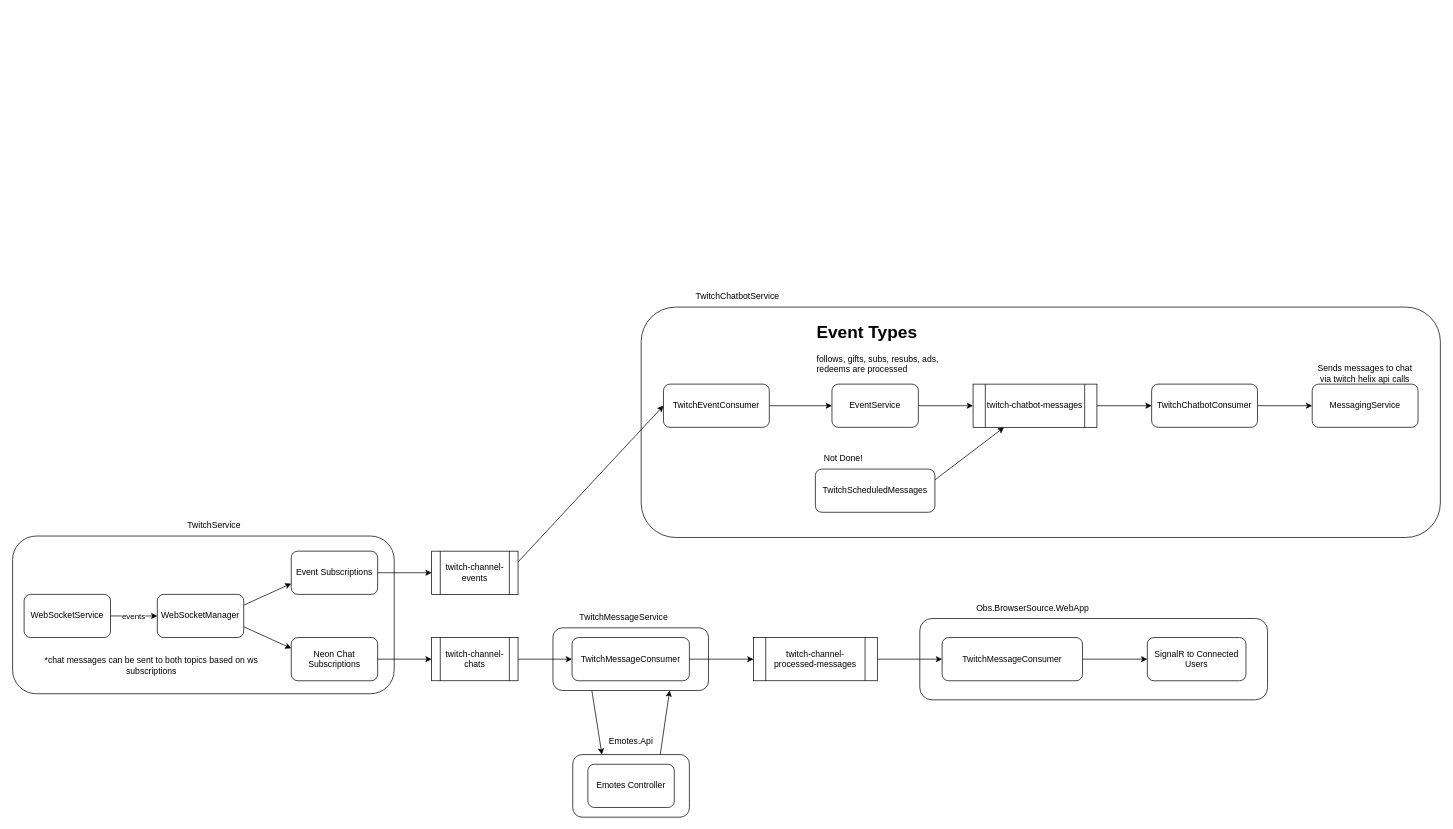
Before: docs/KafkaFlow.drawio in iFlyNick/Neon, a draw.io diagram. Source tidied: cells renumbered, new cells numbered last; positions are measured from the earlier drawing's top-left corner, leaving out a move shared by most shapes. Both pictures are drawn from the tidied source at 72%, with x=0, y=0 at pixel (12, 285).
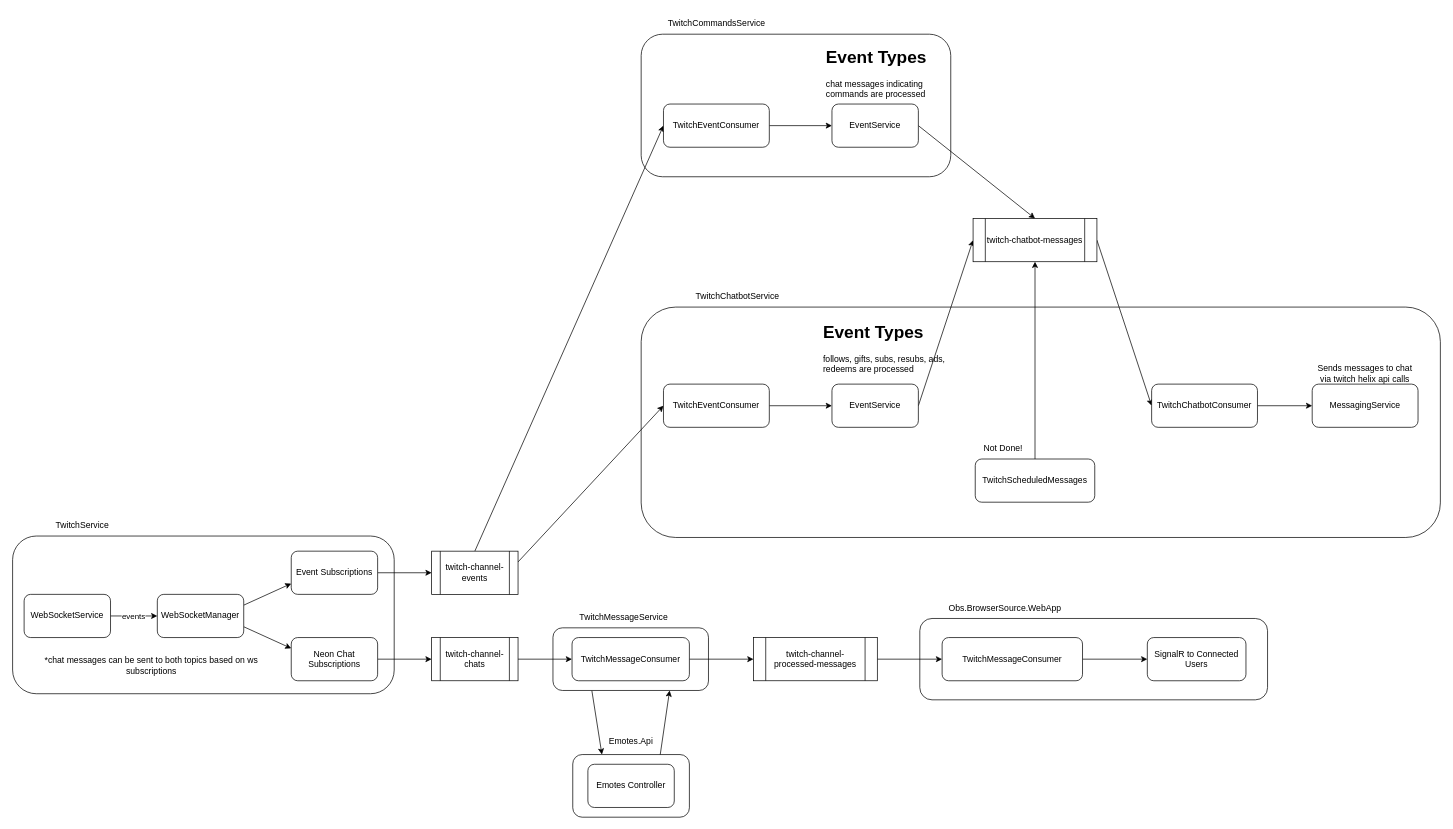
The same page after the edit.

Commit message:
modify kafkaflow diagram

The change refers to these unchanged cells:
```xml
<mxCell id="15" value="twitch-channel-events" style="shape=process;whiteSpace=wrap;html=1;backgroundOutline=1;" parent="1" vertex="1">
  <mxGeometry x="582" y="369" width="120" height="60" as="geometry" />
</mxCell>
```

Change to the diagram source:
```diff
@@
+    <mxCell id="52" style="rounded=1;whiteSpace=wrap;html=1;" parent="1" vertex="1">
+      <mxGeometry x="873" y="-349" width="430" height="198" as="geometry" />
+    </mxCell>
@@
+    <mxCell id="53" style="edgeStyle=none;html=1;exitX=0.5;exitY=0;exitDx=0;exitDy=0;entryX=0;entryY=0.5;entryDx=0;entryDy=0;" parent="1" edge="1" source="15" target="55">
+      <mxGeometry relative="1" as="geometry" />
+    </mxCell>
@@
     <mxCell id="18" value="TwitchService" style="text;html=1;align=center;verticalAlign=middle;whiteSpace=wrap;rounded=0;" parent="1" vertex="1">
-      <mxGeometry x="201" y="318" width="158" height="30" as="geometry" />
+      <mxGeometry x="18" y="318" width="158" height="30" as="geometry" />
     </mxCell>
@@
     <mxCell id="37" value="&lt;h1 style=&quot;margin-top: 0px;&quot;&gt;Event Types&lt;/h1&gt;&lt;div&gt;follows, gifts, subs, resubs, ads, redeems are processed&lt;/div&gt;" style="text;html=1;whiteSpace=wrap;overflow=hidden;rounded=0;" parent="1" vertex="1">
-      <mxGeometry x="1115" y="44" width="176" height="93" as="geometry" />
+      <mxGeometry x="1124" y="44" width="176" height="93" as="geometry" />
     </mxCell>
@@
     <mxCell id="39" value="twitch-chatbot-messages" style="shape=process;whiteSpace=wrap;html=1;backgroundOutline=1;" parent="1" vertex="1">
-      <mxGeometry x="1334" y="137" width="172" height="60" as="geometry" />
+      <mxGeometry x="1334" y="-93" width="172" height="60" as="geometry" />
     </mxCell>
@@
     <mxCell id="48" value="Obs.BrowserSource.WebApp" style="text;html=1;align=center;verticalAlign=middle;whiteSpace=wrap;rounded=0;" parent="1" vertex="1">
-      <mxGeometry x="1263" y="432.5" width="308" height="30" as="geometry" />
+      <mxGeometry x="1263" y="432.5" width="231" height="30" as="geometry" />
     </mxCell>
-    <mxCell id="49" style="edgeStyle=none;html=1;exitX=1;exitY=0.25;exitDx=0;exitDy=0;entryX=0.25;entryY=1;entryDx=0;entryDy=0;" parent="1" edge="1" source="50" target="39">
+    <mxCell id="49" style="edgeStyle=none;html=1;exitX=0.5;exitY=0;exitDx=0;exitDy=0;entryX=0.5;entryY=1;entryDx=0;entryDy=0;" parent="1" edge="1" source="50" target="39">
       <mxGeometry relative="1" as="geometry" />
     </mxCell>
     <mxCell id="50" value="TwitchScheduledMessages" style="rounded=1;whiteSpace=wrap;html=1;" parent="1" vertex="1">
-      <mxGeometry x="1115" y="255" width="166" height="60" as="geometry" />
+      <mxGeometry x="1337" y="241" width="166" height="60" as="geometry" />
     </mxCell>
     <mxCell id="51" value="Not Done!" style="text;html=1;align=center;verticalAlign=middle;whiteSpace=wrap;rounded=0;" parent="1" vertex="1">
-      <mxGeometry x="1115" y="225" width="78" height="30" as="geometry" />
+      <mxGeometry x="1337" y="211" width="78" height="30" as="geometry" />
     </mxCell>
+    <mxCell id="54" style="edgeStyle=none;html=1;exitX=1;exitY=0.5;exitDx=0;exitDy=0;entryX=0;entryY=0.5;entryDx=0;entryDy=0;" parent="1" edge="1" source="55" target="57">
+      <mxGeometry relative="1" as="geometry" />
+    </mxCell>
+    <mxCell id="55" value="TwitchEventConsumer" style="rounded=1;whiteSpace=wrap;html=1;" parent="1" vertex="1">
+      <mxGeometry x="904" y="-252" width="147" height="60" as="geometry" />
+    </mxCell>
+    <mxCell id="56" style="edgeStyle=none;html=1;exitX=1;exitY=0.5;exitDx=0;exitDy=0;entryX=0.5;entryY=0;entryDx=0;entryDy=0;" parent="1" edge="1" source="57" target="39">
+      <mxGeometry relative="1" as="geometry" />
+    </mxCell>
+    <mxCell id="57" value="EventService" style="rounded=1;whiteSpace=wrap;html=1;" parent="1" vertex="1">
+      <mxGeometry x="1138" y="-252" width="120" height="60" as="geometry" />
+    </mxCell>
+    <mxCell id="58" value="&lt;h1 style=&quot;margin-top: 0px;&quot;&gt;Event Types&lt;/h1&gt;&lt;div&gt;chat messages indicating commands are processed&lt;/div&gt;" style="text;html=1;whiteSpace=wrap;overflow=hidden;rounded=0;" parent="1" vertex="1">
+      <mxGeometry x="1128" y="-338" width="176" height="93" as="geometry" />
+    </mxCell>
+    <mxCell id="59" value="TwitchCommandsService" style="text;html=1;align=center;verticalAlign=middle;whiteSpace=wrap;rounded=0;" parent="1" vertex="1">
+      <mxGeometry x="874.5" y="-379" width="206" height="30" as="geometry" />
+    </mxCell>
```
